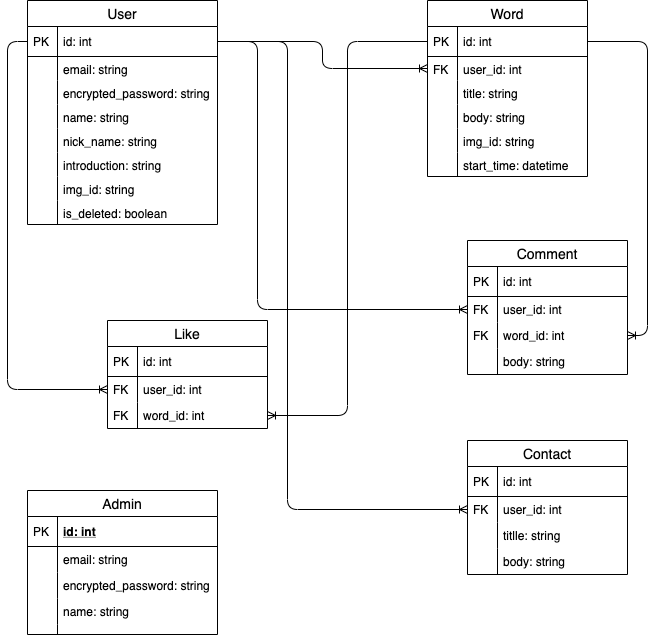
Earlier version of the draw.io export design/er.drawio.png (shinogit/one_word_diary). Source tidied: cells renumbered, new cells last; positions are measured from the earlier drawing's top-left corner, leaving out a move shared by most shapes.
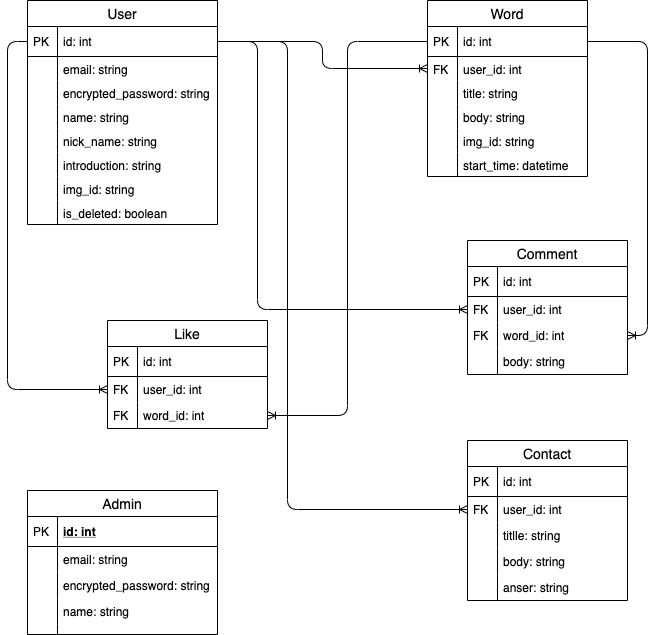
After the commit.

What changed in the source:
```diff
@@ -185,7 +185,7 @@
       <mxGeometry x="440" y="440" width="160" height="134" as="geometry" />
     </mxCell>
     <mxCell id="61" value="Contact" style="swimlane;fontStyle=0;horizontal=1;startSize=26;align=center;fontSize=14;" parent="60" vertex="1">
-      <mxGeometry width="160" height="134" as="geometry" />
+      <mxGeometry width="160" height="160" as="geometry" />
     </mxCell>
     <mxCell id="62" value="id: int" style="shape=partialRectangle;top=0;left=0;right=0;bottom=1;align=left;verticalAlign=middle;fillColor=none;spacingLeft=34;spacingRight=4;overflow=hidden;fontStyle=0;fontSize=12;" parent="61" vertex="1">
       <mxGeometry y="26" width="160" height="30" as="geometry" />
@@ -211,6 +211,12 @@
     <mxCell id="69" style="shape=partialRectangle;top=0;left=0;bottom=0;fillColor=none;align=left;verticalAlign=top;spacingLeft=4;spacingRight=4;overflow=hidden;fontSize=12;" parent="68" vertex="1">
       <mxGeometry width="30" height="26" as="geometry" />
     </mxCell>
+    <mxCell id="78" value="anser: string" style="shape=partialRectangle;top=0;left=0;right=0;bottom=0;align=left;verticalAlign=top;fillColor=none;spacingLeft=34;spacingRight=4;overflow=hidden;fontSize=12;" parent="61" vertex="1">
+      <mxGeometry y="134" width="160" height="26" as="geometry" />
+    </mxCell>
+    <mxCell id="79" style="shape=partialRectangle;top=0;left=0;bottom=0;fillColor=none;align=left;verticalAlign=top;spacingLeft=4;spacingRight=4;overflow=hidden;fontSize=12;" parent="78" vertex="1">
+      <mxGeometry width="30" height="26" as="geometry" />
+    </mxCell>
     <mxCell id="70" style="edgeStyle=orthogonalEdgeStyle;rounded=1;jettySize=auto;html=1;exitX=1;exitY=0.5;exitDx=0;exitDy=0;endArrow=ERoneToMany;endFill=0;" parent="1" edge="1" source="28" target="64">
       <mxGeometry relative="1" as="geometry">
         <Array as="points">
```
